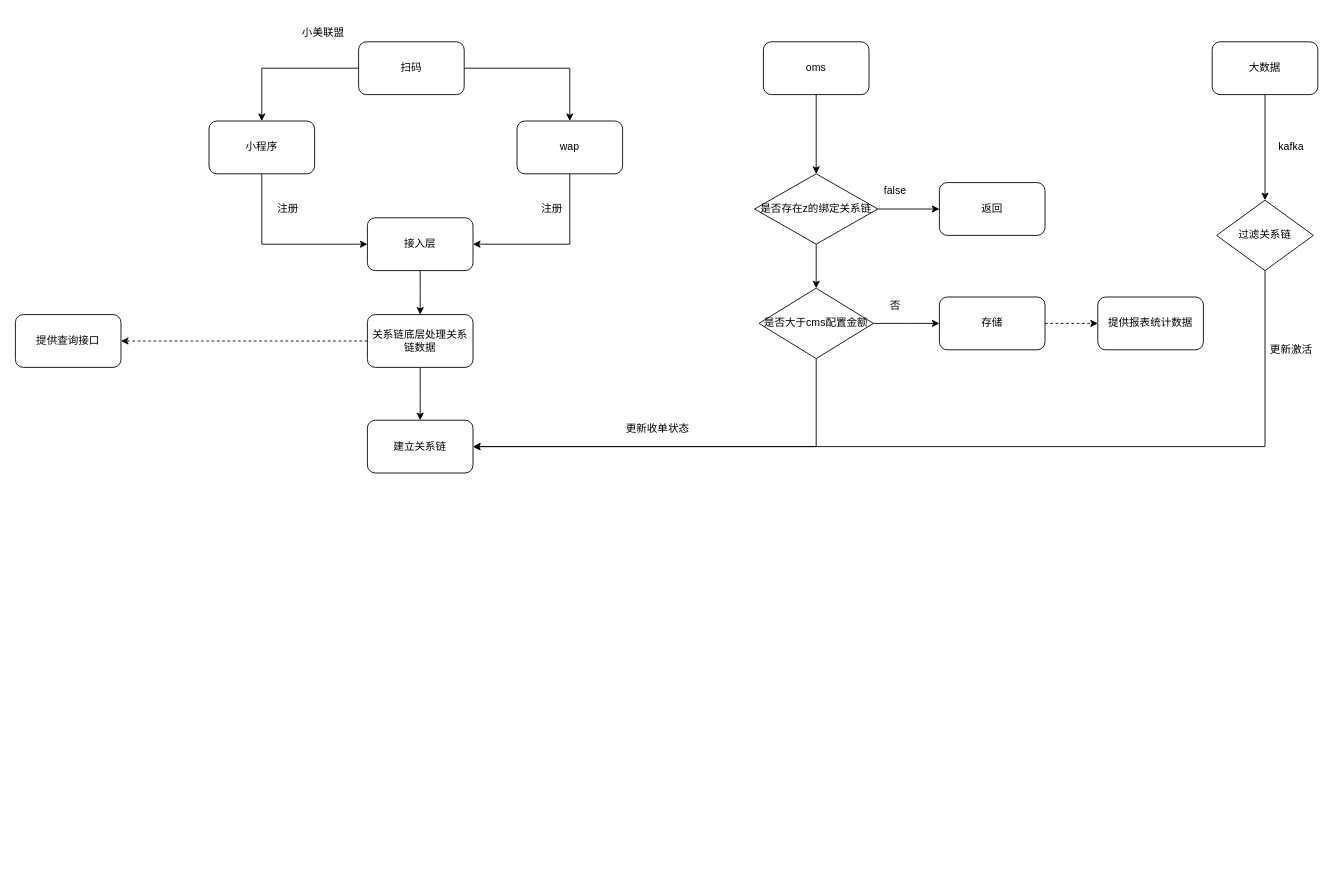
The draw.io diagram 小美联盟z.drawio in Itxiaopao/viewFloder, before the edit. Source tidied: cells renumbered, new cells numbered last; positions are measured from the earlier drawing's top-left corner, leaving out a move shared by most shapes. Both pictures are drawn from the tidied source at 88%, with x=0, y=0 at pixel (15, 24).
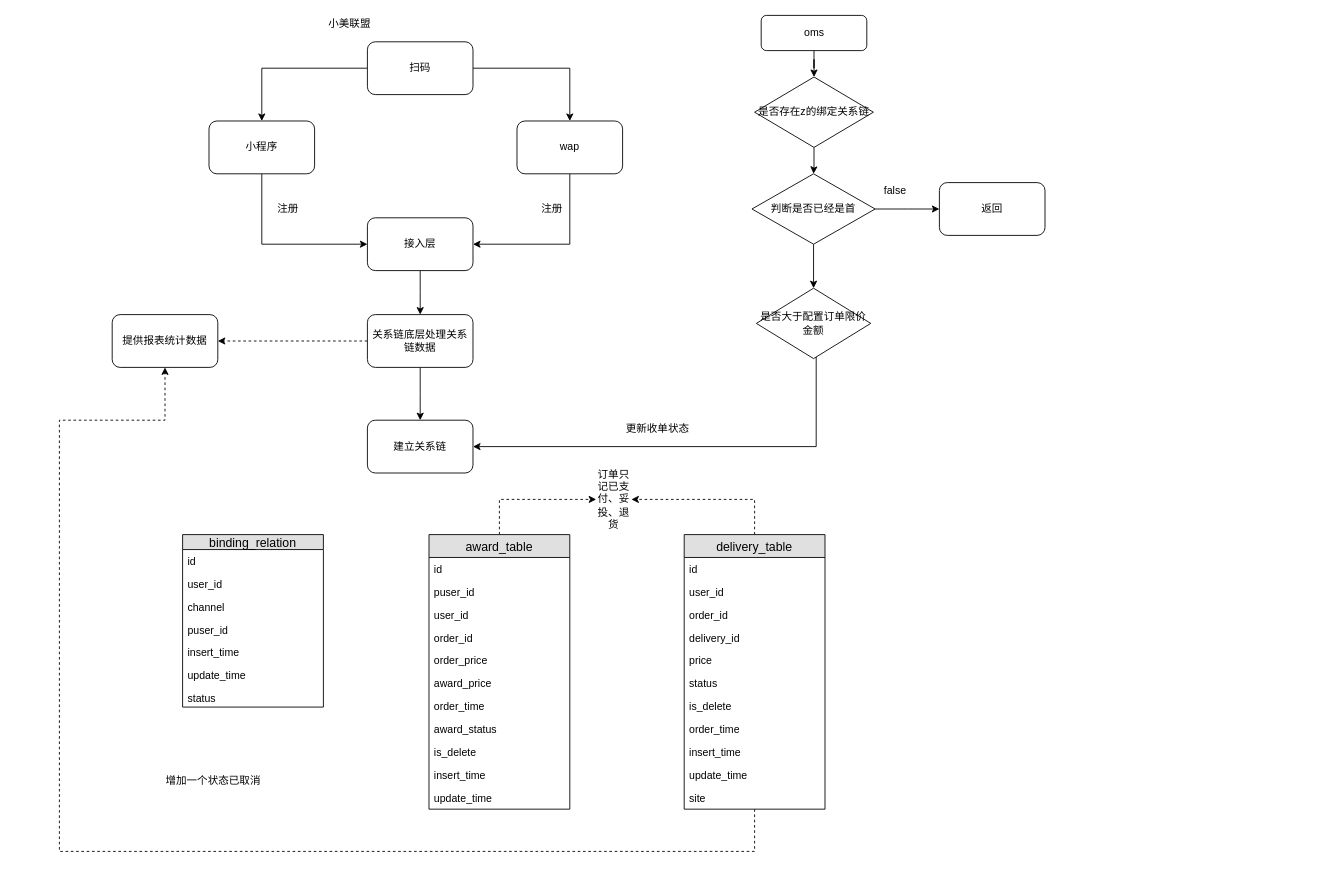
Above is the later version.

The change refers to these unchanged cells:
```xml
<mxCell id="16" value="关系链底层处理关系链数据" style="rounded=1;whiteSpace=wrap;html=1;" parent="1" vertex="1">
  <mxGeometry x="400" y="330" width="120" height="60" as="geometry" />
</mxCell>
<mxCell id="17" value="建立关系链" style="rounded=1;whiteSpace=wrap;html=1;" parent="1" vertex="1">
  <mxGeometry x="400" y="450" width="120" height="60" as="geometry" />
</mxCell>
```

The edit, as a diff of the source:
```diff
@@
     <mxCell id="2" value="小美联盟" style="text;html=1;strokeColor=none;fillColor=none;align=center;verticalAlign=middle;whiteSpace=wrap;rounded=0;" parent="1" vertex="1">
-      <mxGeometry x="280" width="140" height="20" as="geometry" />
+      <mxGeometry x="310" y="-10" width="140" height="20" as="geometry" />
     </mxCell>
@@
     <mxCell id="9" value="扫码" style="rounded=1;whiteSpace=wrap;html=1;" parent="1" vertex="1">
-      <mxGeometry x="390" y="20" width="120" height="60" as="geometry" />
+      <mxGeometry x="400" y="20" width="120" height="60" as="geometry" />
     </mxCell>
@@
     <mxCell id="15" style="edgeStyle=orthogonalEdgeStyle;rounded=0;jettySize=auto;html=1;dashed=1;" parent="1" edge="1" source="16">
       <mxGeometry relative="1" as="geometry">
-        <mxPoint x="120" y="360" as="targetPoint" />
+        <mxPoint x="230" y="360" as="targetPoint" />
       </mxGeometry>
     </mxCell>
@@
-    <mxCell id="18" style="edgeStyle=orthogonalEdgeStyle;rounded=0;jettySize=auto;html=1;entryX=0.5;entryY=0;entryDx=0;entryDy=0;" parent="1" edge="1" source="19" target="22">
-      <mxGeometry relative="1" as="geometry" />
-    </mxCell>
+    <mxCell id="40" style="edgeStyle=orthogonalEdgeStyle;rounded=0;jettySize=auto;html=1;entryX=0.5;entryY=0;entryDx=0;entryDy=0;" parent="1" edge="1" source="19" target="43">
+      <mxGeometry relative="1" as="geometry" />
+    </mxCell>
     <mxCell id="19" value="oms" style="rounded=1;whiteSpace=wrap;html=1;" parent="1" vertex="1">
-      <mxGeometry x="850" y="20" width="120" height="60" as="geometry" />
+      <mxGeometry x="847.5" y="-10" width="120" height="40" as="geometry" />
     </mxCell>
@@
-    <mxCell id="21" style="edgeStyle=orthogonalEdgeStyle;rounded=0;jettySize=auto;html=1;" parent="1" edge="1" source="22">
-      <mxGeometry relative="1" as="geometry">
-        <mxPoint x="910" y="300" as="targetPoint" />
-      </mxGeometry>
-    </mxCell>
+    <mxCell id="41" style="edgeStyle=orthogonalEdgeStyle;rounded=0;jettySize=auto;html=1;entryX=0.5;entryY=0;entryDx=0;entryDy=0;" parent="1" edge="1" source="22" target="27">
+      <mxGeometry relative="1" as="geometry" />
+    </mxCell>
-    <mxCell id="22" value="是否存在z的绑定关系链" style="rhombus;whiteSpace=wrap;html=1;" parent="1" vertex="1">
-      <mxGeometry x="840" y="170" width="140" height="80" as="geometry" />
+    <mxCell id="22" value="判断是否已经是首" style="rhombus;whiteSpace=wrap;html=1;" parent="1" vertex="1">
+      <mxGeometry x="837" y="170" width="140" height="80" as="geometry" />
     </mxCell>
@@
-    <mxCell id="25" style="edgeStyle=orthogonalEdgeStyle;rounded=0;jettySize=auto;html=1;" parent="1" edge="1" source="27">
-      <mxGeometry relative="1" as="geometry">
-        <mxPoint x="1050" y="340" as="targetPoint" />
-      </mxGeometry>
-    </mxCell>
@@
-    <mxCell id="27" value="是否大于cms配置金额" style="rhombus;whiteSpace=wrap;html=1;" parent="1" vertex="1">
-      <mxGeometry x="845" y="300" width="130" height="80" as="geometry" />
+    <mxCell id="27" value="是否大于配置订单限价金额" style="rhombus;whiteSpace=wrap;html=1;" parent="1" vertex="1">
+      <mxGeometry x="842" y="300" width="130" height="80" as="geometry" />
     </mxCell>
-    <mxCell id="28" value="否" style="text;html=1;strokeColor=none;fillColor=none;align=center;verticalAlign=middle;whiteSpace=wrap;rounded=0;" parent="1" vertex="1">
-      <mxGeometry x="980" y="310" width="40" height="20" as="geometry" />
-    </mxCell>
-    <mxCell id="29" style="edgeStyle=orthogonalEdgeStyle;rounded=0;jettySize=auto;html=1;dashed=1;" parent="1" edge="1" source="30">
-      <mxGeometry relative="1" as="geometry">
-        <mxPoint x="1230" y="340" as="targetPoint" />
-      </mxGeometry>
-    </mxCell>
-    <mxCell id="30" value="存储" style="rounded=1;whiteSpace=wrap;html=1;" parent="1" vertex="1">
-      <mxGeometry x="1050" y="310" width="120" height="60" as="geometry" />
-    </mxCell>
@@
-    <mxCell id="32" style="edgeStyle=orthogonalEdgeStyle;rounded=0;jettySize=auto;html=1;entryX=0.5;entryY=0;entryDx=0;entryDy=0;" parent="1" edge="1" source="33" target="35">
-      <mxGeometry relative="1" as="geometry" />
-    </mxCell>
-    <mxCell id="33" value="大数据" style="rounded=1;whiteSpace=wrap;html=1;" parent="1" vertex="1">
-      <mxGeometry x="1360" y="20" width="120" height="60" as="geometry" />
-    </mxCell>
-    <mxCell id="34" style="edgeStyle=orthogonalEdgeStyle;rounded=0;jettySize=auto;html=1;entryX=1;entryY=0.5;entryDx=0;entryDy=0;" parent="1" edge="1" source="35" target="17">
-      <mxGeometry relative="1" as="geometry">
-        <Array as="points">
-          <mxPoint x="1420" y="480" />
-        </Array>
-      </mxGeometry>
-    </mxCell>
-    <mxCell id="35" value="过滤关系链" style="rhombus;whiteSpace=wrap;html=1;" parent="1" vertex="1">
-      <mxGeometry x="1365" y="200" width="110" height="80" as="geometry" />
-    </mxCell>
-    <mxCell id="36" value="更新激活" style="text;html=1;strokeColor=none;fillColor=none;align=center;verticalAlign=middle;whiteSpace=wrap;rounded=0;" parent="1" vertex="1">
-      <mxGeometry x="1420" y="360" width="60" height="20" as="geometry" />
-    </mxCell>
-    <mxCell id="37" value="提供查询接口" style="rounded=1;whiteSpace=wrap;html=1;" parent="1" vertex="1">
-      <mxGeometry y="330" width="120" height="60" as="geometry" />
+    <mxCell id="37" value="提供报表统计数据" style="rounded=1;whiteSpace=wrap;html=1;" parent="1" vertex="1">
+      <mxGeometry x="110" y="330" width="120" height="60" as="geometry" />
     </mxCell>
-    <mxCell id="38" value="提供报表统计数据" style="rounded=1;whiteSpace=wrap;html=1;" parent="1" vertex="1">
-      <mxGeometry x="1230" y="310" width="120" height="60" as="geometry" />
-    </mxCell>
-    <mxCell id="39" value="kafka" style="text;html=1;strokeColor=none;fillColor=none;align=center;verticalAlign=middle;whiteSpace=wrap;rounded=0;" parent="1" vertex="1">
-      <mxGeometry x="1430" y="130" width="40" height="20" as="geometry" />
-    </mxCell>
+    <mxCell id="42" style="edgeStyle=orthogonalEdgeStyle;rounded=0;jettySize=auto;html=1;entryX=0.5;entryY=0;entryDx=0;entryDy=0;" parent="1" edge="1" source="43" target="22">
+      <mxGeometry relative="1" as="geometry" />
+    </mxCell>
+    <mxCell id="43" value="&lt;span style=&quot;white-space: normal&quot;&gt;是否存在z的绑定关系链&lt;/span&gt;" style="rhombus;whiteSpace=wrap;html=1;" parent="1" vertex="1">
+      <mxGeometry x="840" y="60" width="135" height="80" as="geometry" />
+    </mxCell>
+    <mxCell id="44" value="binding_relation" style="swimlane;fontStyle=0;horizontal=1;startSize=17;fillColor=#e0e0e0;swimlaneFillColor=#ffffff;align=center;fontSize=14;" parent="1" vertex="1">
+      <mxGeometry x="190" y="580" width="160" height="196" as="geometry" />
+    </mxCell>
+    <mxCell id="45" value="id" style="text;strokeColor=none;fillColor=none;spacingLeft=4;spacingRight=4;overflow=hidden;fontSize=12;" parent="44" vertex="1">
+      <mxGeometry y="17" width="160" height="26" as="geometry" />
+    </mxCell>
+    <mxCell id="46" value="user_id" style="text;strokeColor=none;fillColor=none;spacingLeft=4;spacingRight=4;overflow=hidden;fontSize=12;" parent="44" vertex="1">
+      <mxGeometry y="43" width="160" height="26" as="geometry" />
+    </mxCell>
+    <mxCell id="47" value="channel" style="text;strokeColor=none;fillColor=none;spacingLeft=4;spacingRight=4;overflow=hidden;fontSize=12;" parent="44" vertex="1">
+      <mxGeometry y="69" width="160" height="26" as="geometry" />
+    </mxCell>
+    <mxCell id="48" value="puser_id" style="text;strokeColor=none;fillColor=none;spacingLeft=4;spacingRight=4;overflow=hidden;fontSize=12;" parent="44" vertex="1">
+      <mxGeometry y="95" width="160" height="26" as="geometry" />
+    </mxCell>
+    <mxCell id="49" value="insert_time" style="text;strokeColor=none;fillColor=none;spacingLeft=4;spacingRight=4;overflow=hidden;fontSize=12;" parent="44" vertex="1">
+      <mxGeometry y="121" width="160" height="26" as="geometry" />
+    </mxCell>
+    <mxCell id="50" value="update_time" style="text;strokeColor=none;fillColor=none;spacingLeft=4;spacingRight=4;overflow=hidden;fontSize=12;" parent="44" vertex="1">
+      <mxGeometry y="147" width="160" height="26" as="geometry" />
+    </mxCell>
+    <mxCell id="51" value="status" style="text;strokeColor=none;fillColor=none;spacingLeft=4;spacingRight=4;overflow=hidden;fontSize=12;" parent="44" vertex="1">
+      <mxGeometry y="173" width="160" height="23" as="geometry" />
+    </mxCell>
+    <mxCell id="52" style="edgeStyle=orthogonalEdgeStyle;rounded=0;jettySize=auto;html=1;entryX=0;entryY=0.5;entryDx=0;entryDy=0;dashed=1;" parent="1" edge="1" source="53" target="79">
+      <mxGeometry relative="1" as="geometry">
+        <Array as="points">
+          <mxPoint x="550" y="540" />
+        </Array>
+      </mxGeometry>
+    </mxCell>
+    <mxCell id="53" value="award_table" style="swimlane;fontStyle=0;horizontal=1;startSize=26;fillColor=#e0e0e0;swimlaneFillColor=#ffffff;align=center;fontSize=14;" parent="1" vertex="1">
+      <mxGeometry x="470" y="580" width="160" height="312" as="geometry" />
+    </mxCell>
+    <mxCell id="54" value="id" style="text;strokeColor=none;fillColor=none;spacingLeft=4;spacingRight=4;overflow=hidden;fontSize=12;" parent="53" vertex="1">
+      <mxGeometry y="26" width="160" height="26" as="geometry" />
+    </mxCell>
+    <mxCell id="55" value="puser_id" style="text;strokeColor=none;fillColor=none;spacingLeft=4;spacingRight=4;overflow=hidden;fontSize=12;" parent="53" vertex="1">
+      <mxGeometry y="52" width="160" height="26" as="geometry" />
+    </mxCell>
+    <mxCell id="56" value="user_id" style="text;strokeColor=none;fillColor=none;spacingLeft=4;spacingRight=4;overflow=hidden;fontSize=12;" parent="53" vertex="1">
+      <mxGeometry y="78" width="160" height="26" as="geometry" />
+    </mxCell>
+    <mxCell id="57" value="order_id" style="text;strokeColor=none;fillColor=none;spacingLeft=4;spacingRight=4;overflow=hidden;fontSize=12;" parent="53" vertex="1">
+      <mxGeometry y="104" width="160" height="26" as="geometry" />
+    </mxCell>
+    <mxCell id="58" value="order_price" style="text;strokeColor=none;fillColor=none;spacingLeft=4;spacingRight=4;overflow=hidden;fontSize=12;" parent="53" vertex="1">
+      <mxGeometry y="130" width="160" height="26" as="geometry" />
+    </mxCell>
+    <mxCell id="59" value="award_price" style="text;strokeColor=none;fillColor=none;spacingLeft=4;spacingRight=4;overflow=hidden;fontSize=12;" parent="53" vertex="1">
+      <mxGeometry y="156" width="160" height="26" as="geometry" />
+    </mxCell>
+    <mxCell id="60" value="order_time" style="text;strokeColor=none;fillColor=none;spacingLeft=4;spacingRight=4;overflow=hidden;fontSize=12;" parent="53" vertex="1">
+      <mxGeometry y="182" width="160" height="26" as="geometry" />
+    </mxCell>
+    <mxCell id="61" value="award_status" style="text;strokeColor=none;fillColor=none;spacingLeft=4;spacingRight=4;overflow=hidden;fontSize=12;" parent="53" vertex="1">
+      <mxGeometry y="208" width="160" height="26" as="geometry" />
+    </mxCell>
+    <mxCell id="62" value="is_delete" style="text;strokeColor=none;fillColor=none;spacingLeft=4;spacingRight=4;overflow=hidden;fontSize=12;" parent="53" vertex="1">
+      <mxGeometry y="234" width="160" height="26" as="geometry" />
+    </mxCell>
+    <mxCell id="63" value="insert_time" style="text;strokeColor=none;fillColor=none;spacingLeft=4;spacingRight=4;overflow=hidden;fontSize=12;" parent="53" vertex="1">
+      <mxGeometry y="260" width="160" height="26" as="geometry" />
+    </mxCell>
+    <mxCell id="64" value="update_time" style="text;strokeColor=none;fillColor=none;spacingLeft=4;spacingRight=4;overflow=hidden;fontSize=12;" parent="53" vertex="1">
+      <mxGeometry y="286" width="160" height="26" as="geometry" />
+    </mxCell>
+    <mxCell id="65" style="edgeStyle=orthogonalEdgeStyle;rounded=0;jettySize=auto;html=1;entryX=0.5;entryY=1;entryDx=0;entryDy=0;dashed=1;" parent="1" edge="1" source="67" target="37">
+      <mxGeometry relative="1" as="geometry">
+        <Array as="points">
+          <mxPoint x="840" y="940" />
+          <mxPoint x="50" y="940" />
+          <mxPoint x="50" y="450" />
+          <mxPoint x="170" y="450" />
+        </Array>
+      </mxGeometry>
+    </mxCell>
+    <mxCell id="66" style="edgeStyle=orthogonalEdgeStyle;rounded=0;jettySize=auto;html=1;entryX=1;entryY=0.5;entryDx=0;entryDy=0;dashed=1;" parent="1" edge="1" source="67" target="79">
+      <mxGeometry relative="1" as="geometry">
+        <Array as="points">
+          <mxPoint x="840" y="540" />
+        </Array>
+      </mxGeometry>
+    </mxCell>
+    <mxCell id="67" value="delivery_table" style="swimlane;fontStyle=0;horizontal=1;startSize=26;fillColor=#e0e0e0;swimlaneFillColor=#ffffff;align=center;fontSize=14;" parent="1" vertex="1">
+      <mxGeometry x="760" y="580" width="160" height="312" as="geometry" />
+    </mxCell>
+    <mxCell id="68" value="id" style="text;strokeColor=none;fillColor=none;spacingLeft=4;spacingRight=4;overflow=hidden;fontSize=12;" parent="67" vertex="1">
+      <mxGeometry y="26" width="160" height="26" as="geometry" />
+    </mxCell>
+    <mxCell id="69" value="user_id" style="text;strokeColor=none;fillColor=none;spacingLeft=4;spacingRight=4;overflow=hidden;fontSize=12;" parent="67" vertex="1">
+      <mxGeometry y="52" width="160" height="26" as="geometry" />
+    </mxCell>
+    <mxCell id="70" value="order_id" style="text;strokeColor=none;fillColor=none;spacingLeft=4;spacingRight=4;overflow=hidden;fontSize=12;" parent="67" vertex="1">
+      <mxGeometry y="78" width="160" height="26" as="geometry" />
+    </mxCell>
+    <mxCell id="71" value="delivery_id" style="text;strokeColor=none;fillColor=none;spacingLeft=4;spacingRight=4;overflow=hidden;fontSize=12;" parent="67" vertex="1">
+      <mxGeometry y="104" width="160" height="26" as="geometry" />
+    </mxCell>
+    <mxCell id="72" value="price" style="text;strokeColor=none;fillColor=none;spacingLeft=4;spacingRight=4;overflow=hidden;fontSize=12;" parent="67" vertex="1">
+      <mxGeometry y="130" width="160" height="26" as="geometry" />
+    </mxCell>
+    <mxCell id="73" value="status" style="text;strokeColor=none;fillColor=none;spacingLeft=4;spacingRight=4;overflow=hidden;fontSize=12;" parent="67" vertex="1">
+      <mxGeometry y="156" width="160" height="26" as="geometry" />
+    </mxCell>
+    <mxCell id="74" value="is_delete" style="text;strokeColor=none;fillColor=none;spacingLeft=4;spacingRight=4;overflow=hidden;fontSize=12;" parent="67" vertex="1">
+      <mxGeometry y="182" width="160" height="26" as="geometry" />
+    </mxCell>
+    <mxCell id="75" value="order_time" style="text;strokeColor=none;fillColor=none;spacingLeft=4;spacingRight=4;overflow=hidden;fontSize=12;" parent="67" vertex="1">
+      <mxGeometry y="208" width="160" height="26" as="geometry" />
+    </mxCell>
+    <mxCell id="76" value="insert_time" style="text;strokeColor=none;fillColor=none;spacingLeft=4;spacingRight=4;overflow=hidden;fontSize=12;" parent="67" vertex="1">
+      <mxGeometry y="234" width="160" height="26" as="geometry" />
+    </mxCell>
+    <mxCell id="77" value="update_time" style="text;strokeColor=none;fillColor=none;spacingLeft=4;spacingRight=4;overflow=hidden;fontSize=12;" parent="67" vertex="1">
+      <mxGeometry y="260" width="160" height="26" as="geometry" />
+    </mxCell>
+    <mxCell id="78" value="site" style="text;strokeColor=none;fillColor=none;spacingLeft=4;spacingRight=4;overflow=hidden;fontSize=12;" parent="67" vertex="1">
+      <mxGeometry y="286" width="160" height="26" as="geometry" />
+    </mxCell>
+    <mxCell id="79" value="订单只记已支付、妥投、退货" style="text;html=1;strokeColor=none;fillColor=none;align=center;verticalAlign=middle;whiteSpace=wrap;rounded=0;" parent="1" vertex="1">
+      <mxGeometry x="660" y="530" width="40" height="20" as="geometry" />
+    </mxCell>
+    <mxCell id="80" value="增加一个状态已取消" style="text;html=1;strokeColor=none;fillColor=none;align=center;verticalAlign=middle;whiteSpace=wrap;rounded=0;" parent="1" vertex="1">
+      <mxGeometry x="170" y="850" width="110" height="20" as="geometry" />
+    </mxCell>
```
